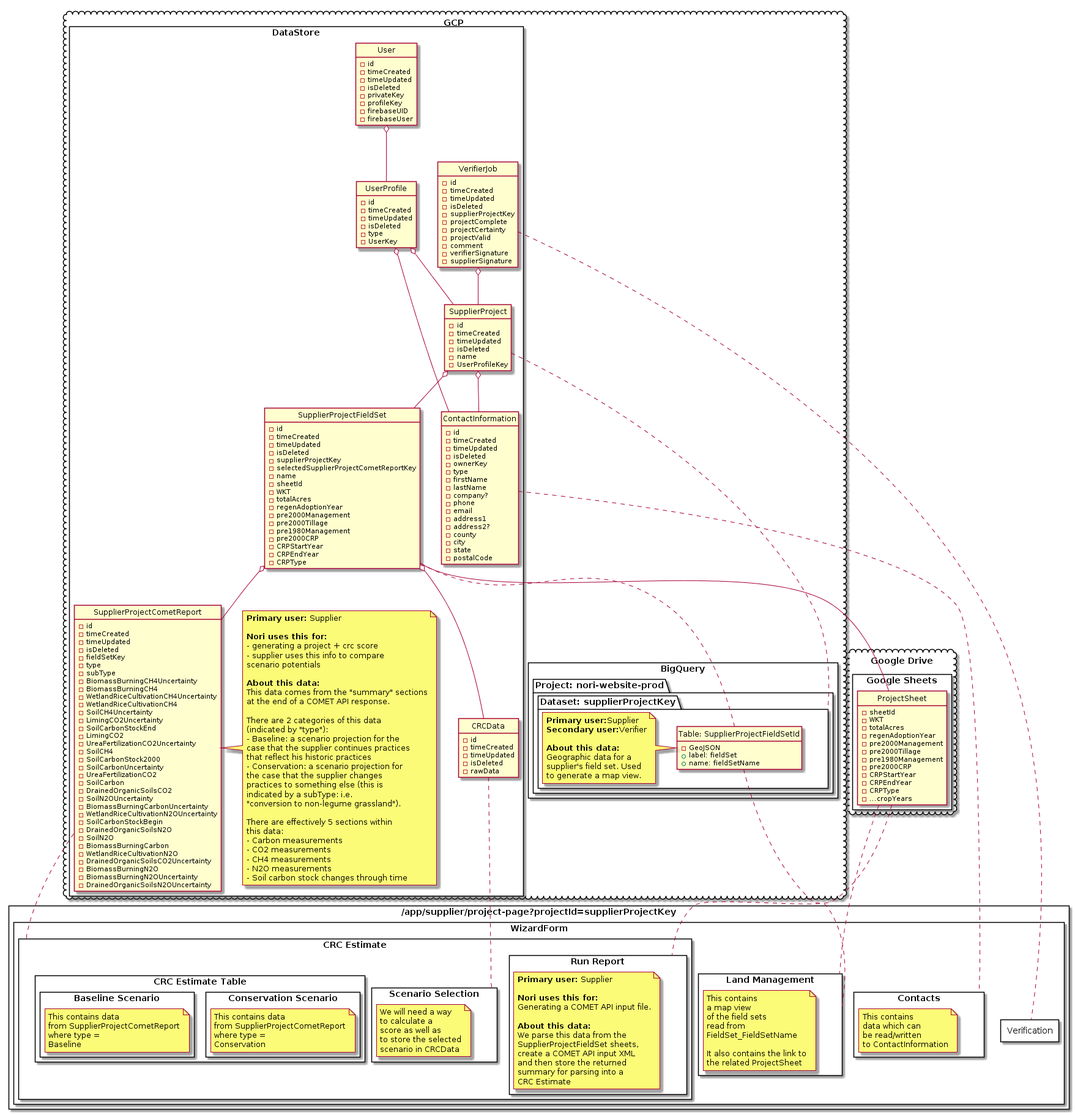
The PlantUML diagram diagrams/supplier-project-uml.png in nori-dot-eco/nori-architecture, before a commit.
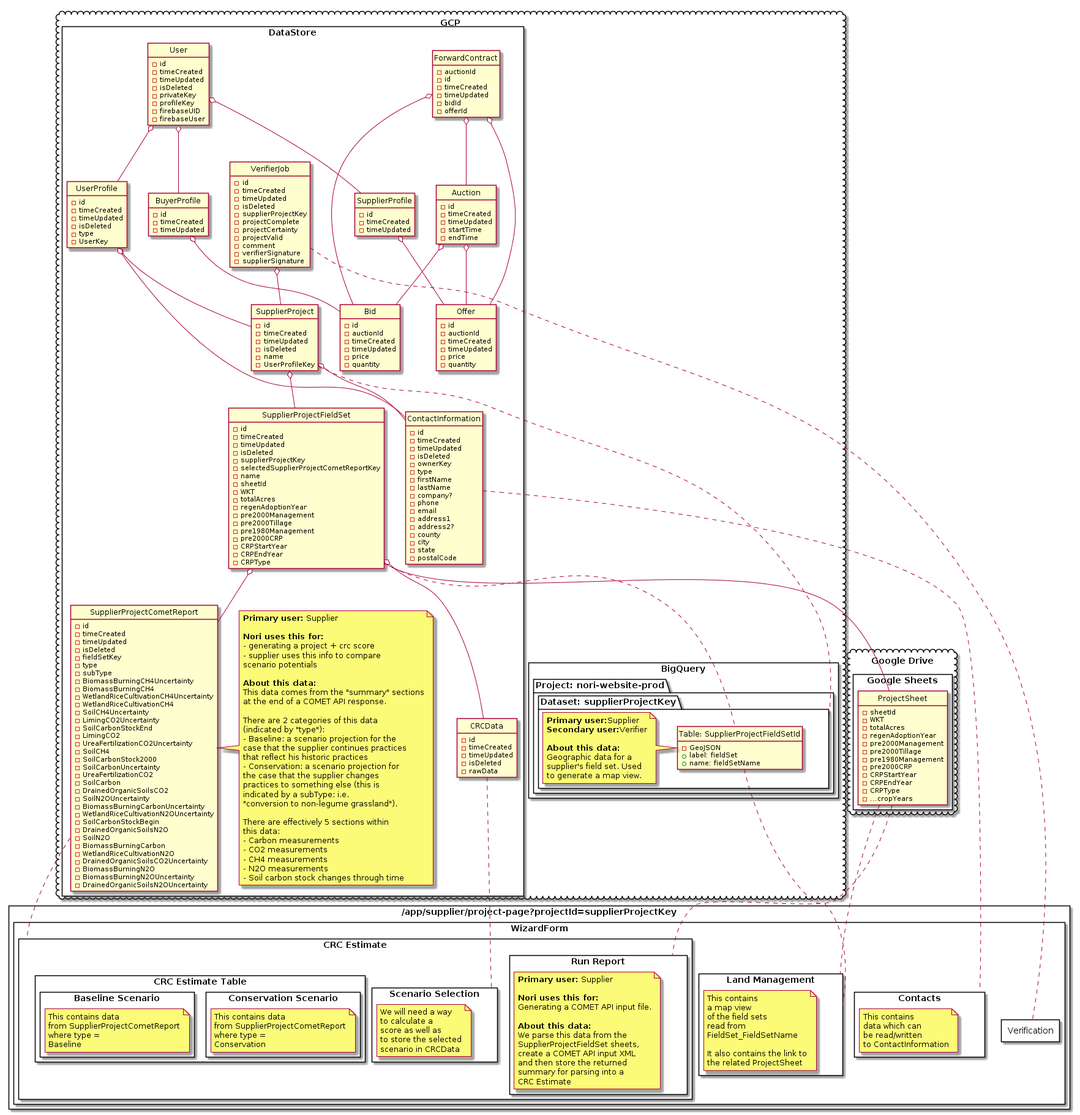
The same diagram one commit later.

What changed in the source:
```diff
@@ -46,6 +46,54 @@
   }
 
   package DataStore <<Rectangle>> {
+
+    class BuyerProfile {
+      -id
+      -timeCreated
+      -timeUpdated
+    }
+
+    class SupplierProfile {
+      -id
+      -timeCreated
+      -timeUpdated
+    }
+
+    class Bid {
+      -id
+      -auctionId
+      -timeCreated
+      -timeUpdated
+      -price
+      -quantity
+    }
+
+    class Offer {
+      -id
+      -auctionId
+      -timeCreated
+      -timeUpdated
+      -price
+      -quantity
+    }
+
+    class Auction {
+      -id
+      -timeCreated
+      -timeUpdated
+      -startTime
+      -endTime
+    }
+
+    class ForwardContract {
+      -auctionId
+      -id
+      -timeCreated
+      -timeUpdated
+      -bidId
+      -offerId
+    }
+
     class CRCData {
       -id
       -timeCreated
@@ -290,12 +338,27 @@
 }
 
 
+
+
 UserProfile o-- SupplierProject
 UserProfile o-- ContactInformation
 
 ContactInformation .. Contacts
 
 User o-- UserProfile
+
+User o-- SupplierProfile
+User o-- BuyerProfile
+
+SupplierProfile o-- Offer
+BuyerProfile o-- Bid
+
+Auction o-- Bid
+Auction o-- Offer
+
+ForwardContract o-- Auction
+ForwardContract o-- Bid
+ForwardContract o-- Offer
 
 SupplierProjectCometReport .. "CRC Estimate"
 
```
